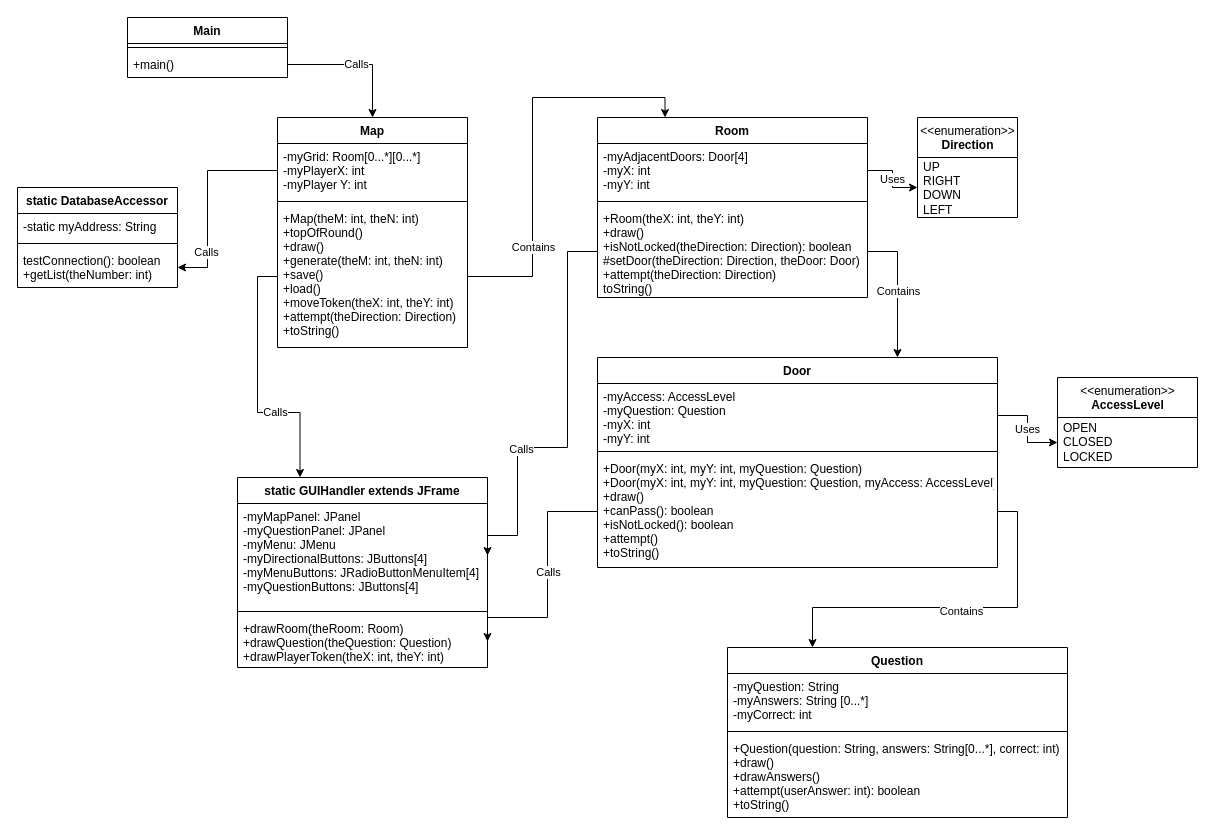
Earlier version of the draw.io diagram page "Map W/ Separate GUI" (2 of 2) of TriviaMazeUML.drawio (mperez68/TriviaMaze). Source tidied: cells renumbered, new cells numbered last; positions are measured from the earlier drawing's top-left corner, leaving out a move shared by most shapes. Both pictures are drawn from the tidied source at 100%, with x=0, y=0 at pixel (17, 17).
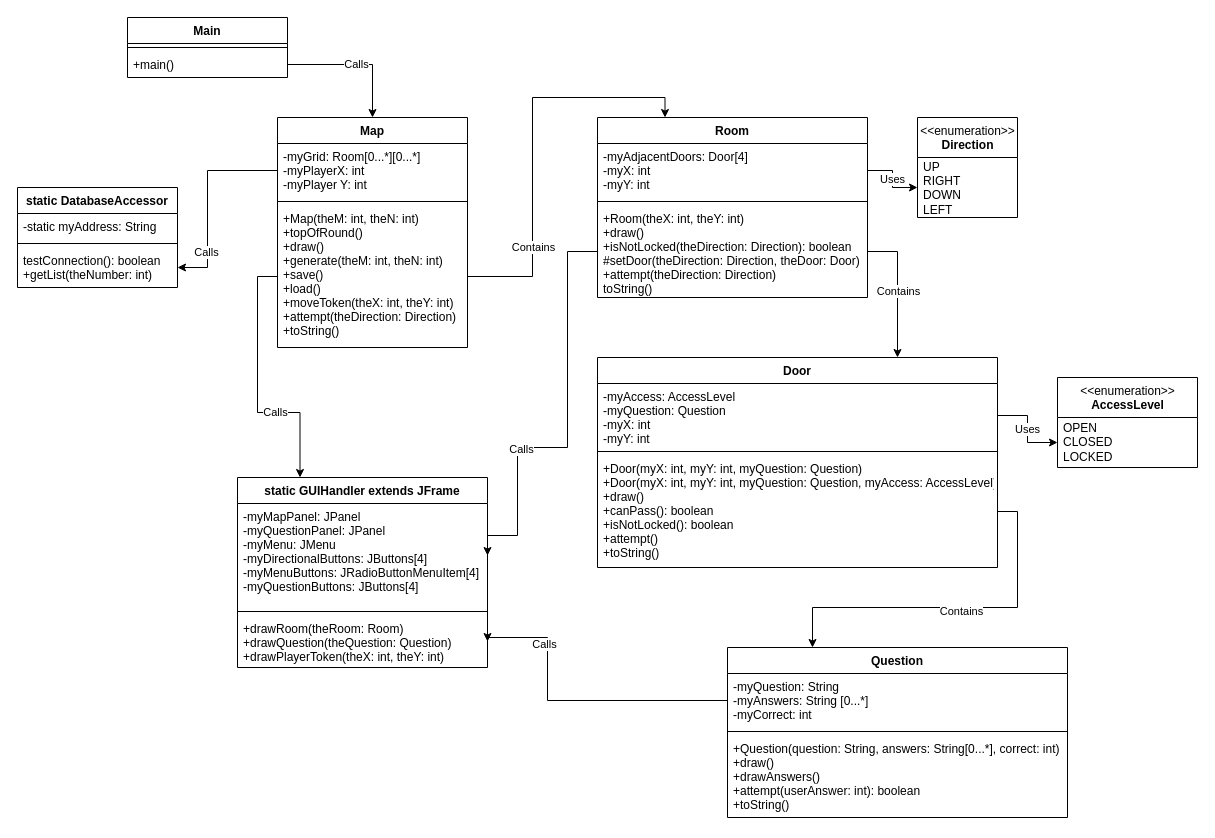
After the change.

Unchanged cells that the change refers to:
```xml
<mxCell id="15" value="+Door(myX: int, myY: int, myQuestion: Question)&#10;+Door(myX: int, myY: int, myQuestion: Question, myAccess: AccessLevel)&#10;+draw()&#10;+canPass(): boolean&#10;+isNotLocked(): boolean&#10;+attempt()&#10;+toString()" style="text;strokeColor=none;fillColor=none;align=left;verticalAlign=top;spacingLeft=4;spacingRight=4;overflow=hidden;points=[[0,0.5],[1,0.5]];portConstraint=eastwest;" parent="12" vertex="1">
  <mxGeometry y="98" width="400" height="112" as="geometry" />
</mxCell>
<mxCell id="24" value="-myQuestion: String&#10;-myAnswers: String [0...*]&#10;-myCorrect: int" style="text;strokeColor=none;fillColor=none;align=left;verticalAlign=top;spacingLeft=4;spacingRight=4;overflow=hidden;points=[[0,0.5],[1,0.5]];portConstraint=eastwest;" parent="23" vertex="1">
  <mxGeometry y="26" width="340" height="54" as="geometry" />
</mxCell>
<mxCell id="38" value="+drawRoom(theRoom: Room)&#10;+drawQuestion(theQuestion: Question)&#10;+drawPlayerToken(theX: int, theY: int)" style="text;strokeColor=none;fillColor=none;align=left;verticalAlign=top;spacingLeft=4;spacingRight=4;overflow=hidden;points=[[0,0.5],[1,0.5]];portConstraint=eastwest;" parent="35" vertex="1">
  <mxGeometry y="138" width="250" height="52" as="geometry" />
</mxCell>
```

Diff of the diagram source:
```diff
@@
-    <mxCell id="39" style="edgeStyle=orthogonalEdgeStyle;rounded=0;jettySize=auto;html=1;exitX=0;exitY=0.5;exitDx=0;exitDy=0;entryX=1;entryY=0.5;entryDx=0;entryDy=0;" parent="1" edge="1" source="15" target="38">
+    <mxCell id="39" style="edgeStyle=orthogonalEdgeStyle;rounded=0;jettySize=auto;html=1;exitX=0;exitY=0.5;exitDx=0;exitDy=0;entryX=1;entryY=0.5;entryDx=0;entryDy=0;" parent="1" edge="1" source="24" target="38">
       <mxGeometry relative="1" as="geometry">
         <Array as="points">
-          <mxPoint x="530" y="494" />
-          <mxPoint x="530" y="600" />
+          <mxPoint x="530" y="683" />
+          <mxPoint x="530" y="620" />
+          <mxPoint x="470" y="620" />
         </Array>
       </mxGeometry>
     </mxCell>
```
